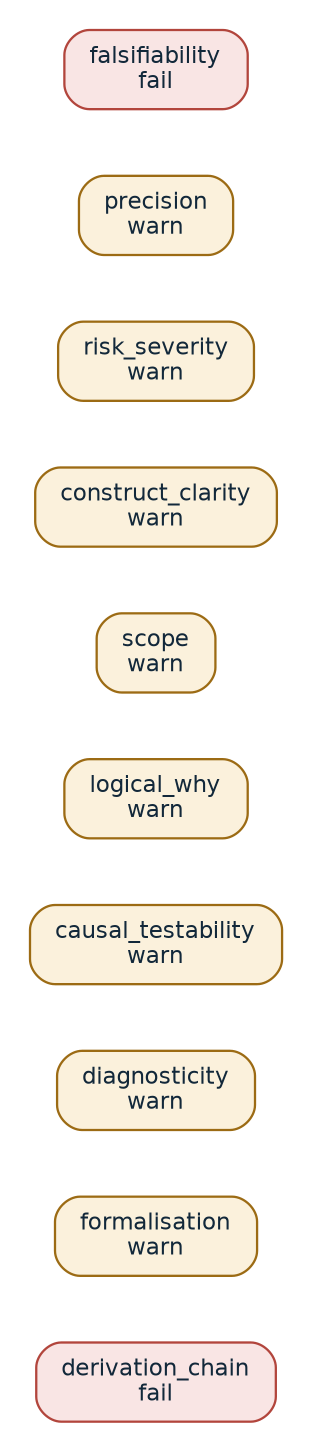
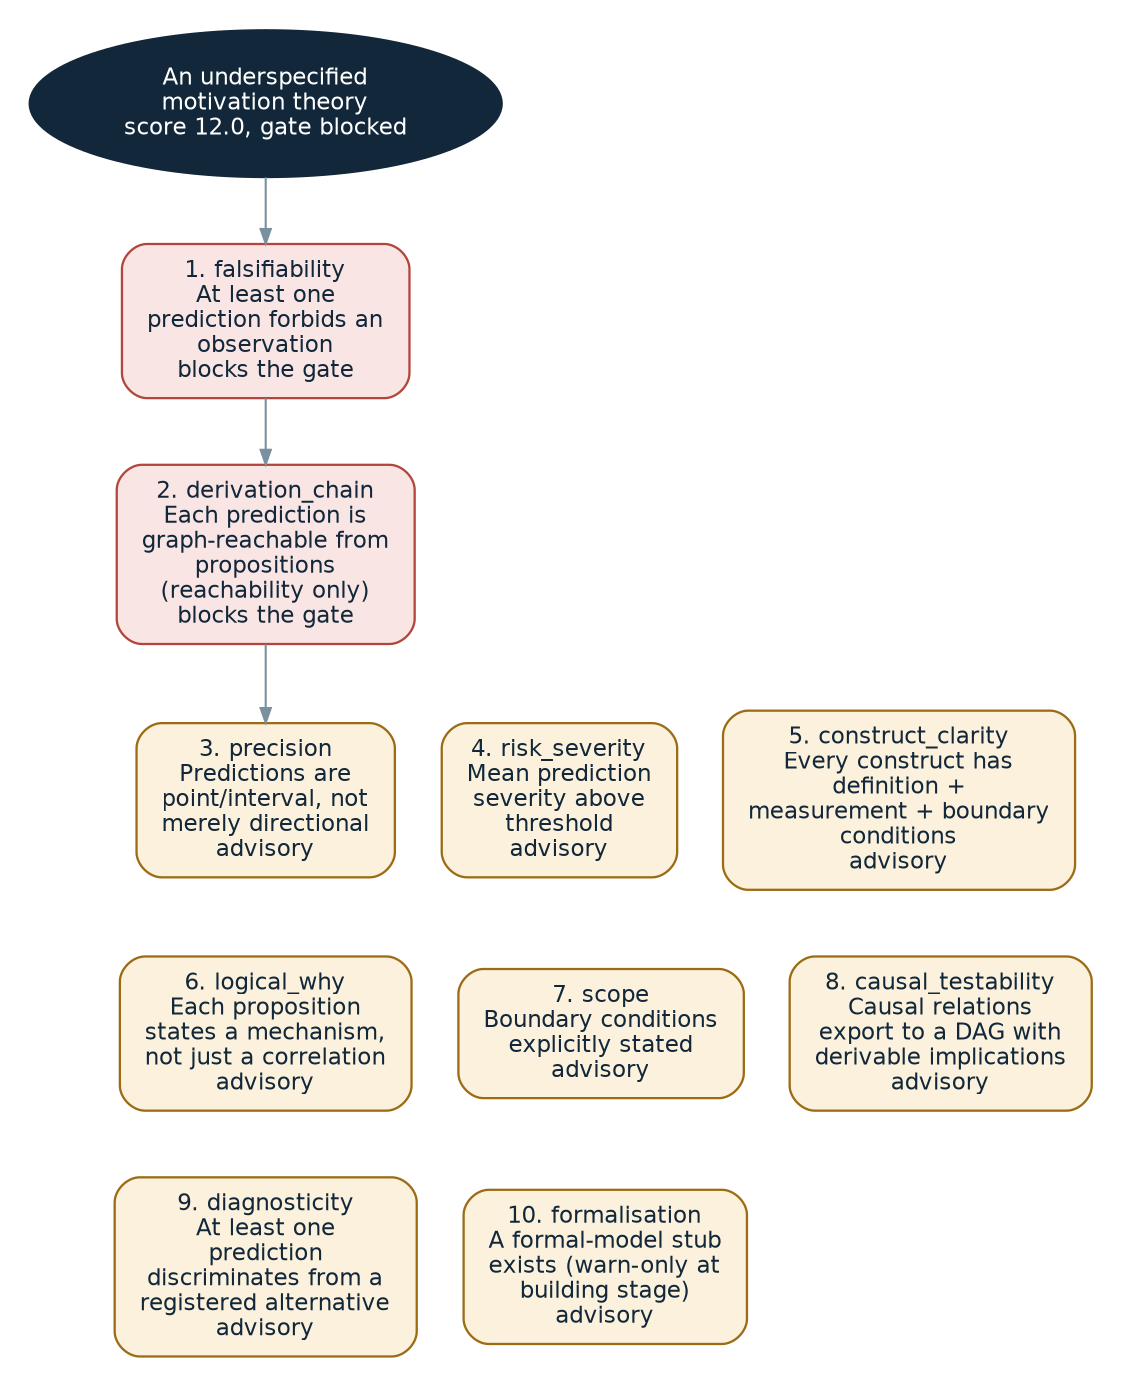
digraph development_roadmap {
  graph [rankdir=TB, bgcolor="transparent", fontname="Helvetica", fontsize=11, pad="0.2", nodesep="0.3", ranksep="0.45"];
  node [fontname="Helvetica", fontsize=11, shape=box, style="rounded,filled", color="#33567A", fillcolor="#F2F6F9", fontcolor="#12283A", penwidth=1.1, margin="0.16,0.1"];
  edge [fontname="Helvetica", fontsize=10, color="#7B909F", fontcolor="#0F6E6E", arrowsize=0.7];
-   "falsifiability" [label="falsifiability\nfail", fillcolor="#F9E5E4", color="#B2453C"];
-   "precision" [label="precision\nwarn", fillcolor="#FBF1DC", color="#9C6B14"];
-   "risk_severity" [label="risk_severity\nwarn", fillcolor="#FBF1DC", color="#9C6B14"];
-   "construct_clarity" [label="construct_clarity\nwarn", fillcolor="#FBF1DC", color="#9C6B14"];
-   "scope" [label="scope\nwarn", fillcolor="#FBF1DC", color="#9C6B14"];
-   "logical_why" [label="logical_why\nwarn", fillcolor="#FBF1DC", color="#9C6B14"];
-   "causal_testability" [label="causal_testability\nwarn", fillcolor="#FBF1DC", color="#9C6B14"];
-   "diagnosticity" [label="diagnosticity\nwarn", fillcolor="#FBF1DC", color="#9C6B14"];
-   "formalisation" [label="formalisation\nwarn", fillcolor="#FBF1DC", color="#9C6B14"];
-   "derivation_chain" [label="derivation_chain\nfail", fillcolor="#F9E5E4", color="#B2453C"];
-   "falsifiability" -> "precision" [style=invis];
-   "precision" -> "risk_severity" [style=invis];
-   "risk_severity" -> "construct_clarity" [style=invis];
-   "construct_clarity" -> "scope" [style=invis];
-   "scope" -> "logical_why" [style=invis];
-   "logical_why" -> "causal_testability" [style=invis];
-   "causal_testability" -> "diagnosticity" [style=invis];
-   "diagnosticity" -> "formalisation" [style=invis];
-   "formalisation" -> "derivation_chain" [style=invis];
+   "roadmap" [shape=ellipse, label="An underspecified\nmotivation theory\nscore 12.0, gate blocked", fillcolor="#12283A", color="#12283A", fontcolor="#FFFFFF"];
+   "falsifiability" [label="1. falsifiability\nAt least one\nprediction forbids an\nobservation\nblocks the gate", fillcolor="#F9E5E4", color="#B2453C"];
+   "derivation_chain" [label="2. derivation_chain\nEach prediction is\ngraph-reachable from\npropositions\n(reachability only)\nblocks the gate", fillcolor="#F9E5E4", color="#B2453C"];
+   "precision" [label="3. precision\nPredictions are\npoint/interval, not\nmerely directional\nadvisory", fillcolor="#FBF1DC", color="#9C6B14"];
+   "risk_severity" [label="4. risk_severity\nMean prediction\nseverity above\nthreshold\nadvisory", fillcolor="#FBF1DC", color="#9C6B14"];
+   "construct_clarity" [label="5. construct_clarity\nEvery construct has\ndefinition +\nmeasurement + boundary\nconditions\nadvisory", fillcolor="#FBF1DC", color="#9C6B14"];
+   "logical_why" [label="6. logical_why\nEach proposition\nstates a mechanism,\nnot just a correlation\nadvisory", fillcolor="#FBF1DC", color="#9C6B14"];
+   "scope" [label="7. scope\nBoundary conditions\nexplicitly stated\nadvisory", fillcolor="#FBF1DC", color="#9C6B14"];
+   "causal_testability" [label="8. causal_testability\nCausal relations\nexport to a DAG with\nderivable implications\nadvisory", fillcolor="#FBF1DC", color="#9C6B14"];
+   "diagnosticity" [label="9. diagnosticity\nAt least one\nprediction\ndiscriminates from a\nregistered alternative\nadvisory", fillcolor="#FBF1DC", color="#9C6B14"];
+   "formalisation" [label="10. formalisation\nA formal-model stub\nexists (warn-only at\nbuilding stage)\nadvisory", fillcolor="#FBF1DC", color="#9C6B14"];
+   "roadmap" -> "falsifiability";
+   "falsifiability" -> "derivation_chain";
+   "derivation_chain" -> "precision";
+   { rank=same; "precision" -> "risk_severity" -> "construct_clarity" [style=invis]; }
+   "precision" -> "logical_why" [style=invis];
+   { rank=same; "logical_why" -> "scope" -> "causal_testability" [style=invis]; }
+   "logical_why" -> "diagnosticity" [style=invis];
+   { rank=same; "diagnosticity" -> "formalisation" [style=invis]; }
}
